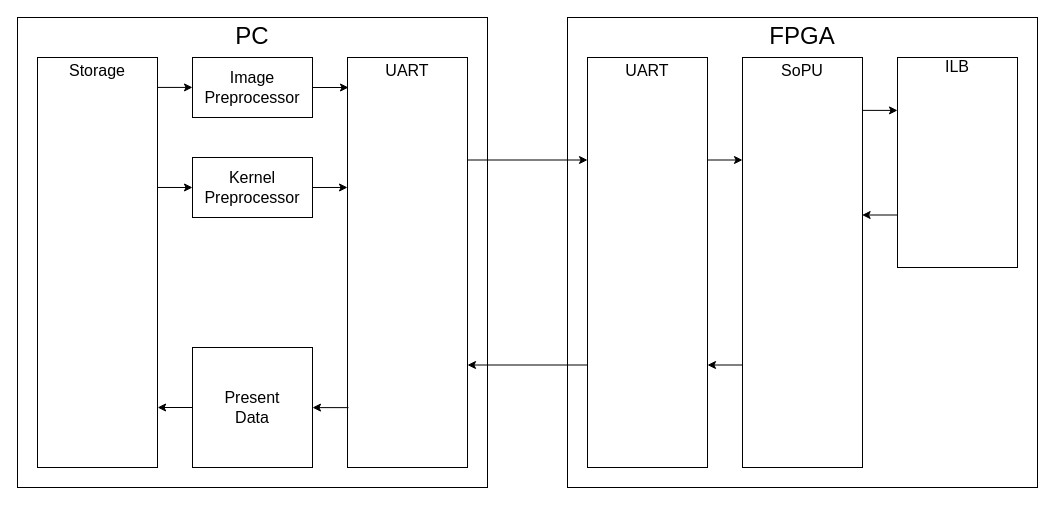
DCNN-Accelerator/Block_Diagrams keeps this draw.io diagram as High_Level_Blk_Diagram.drawio. Above is the earlier version. Source tidied: cells renumbered, new cells numbered last; positions are measured from the earlier drawing's top-left corner, leaving out a move shared by most shapes. Both pictures are drawn from the tidied source at 100%, with x=0, y=0 at pixel (17, 17).
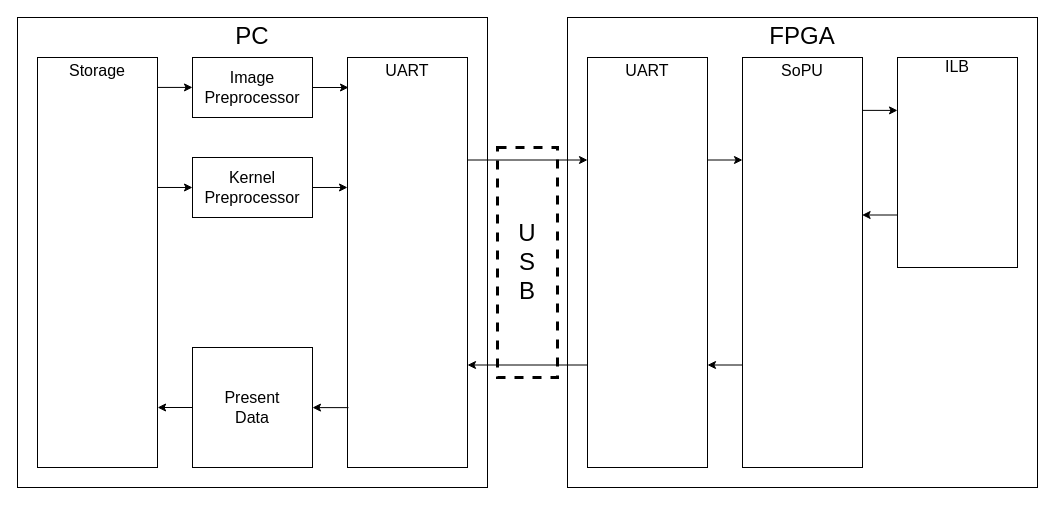
The same diagram, later.

Commit message:
Added USB overlay

Change to the diagram source:
```diff
@@
+    <mxCell id="24" value="&lt;div&gt;&lt;font style=&quot;font-size: 24px&quot;&gt;U&lt;/font&gt;&lt;/div&gt;&lt;div&gt;&lt;font style=&quot;font-size: 24px&quot;&gt;S&lt;/font&gt;&lt;/div&gt;&lt;div&gt;&lt;font style=&quot;font-size: 24px&quot;&gt;B&lt;br&gt;&lt;/font&gt;&lt;/div&gt;" style="rounded=0;whiteSpace=wrap;html=1;dashed=1;fillColor=none;strokeWidth=3;" parent="1" vertex="1">
+      <mxGeometry x="480" y="130" width="60" height="230" as="geometry" />
+    </mxCell>
```
